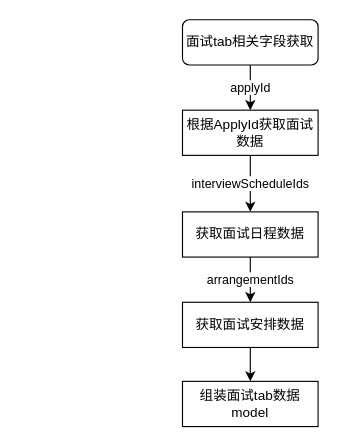
Before: 未命名绘图.drawio in mozhu33/Diagrams, a draw.io diagram. Source tidied: cells renumbered, new cells numbered last; positions are measured from the earlier drawing's top-left corner, leaving out a move shared by most shapes. Both pictures are drawn from the tidied source at 113%, with x=0, y=0 at pixel (182, 19).
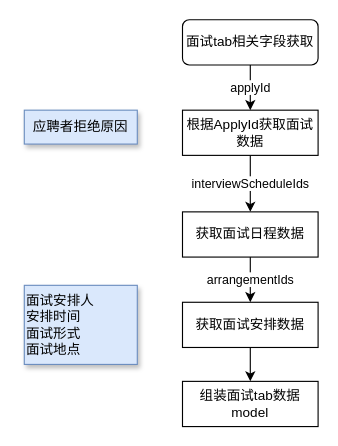
After the change.

Commit message (it also covers changes not shown here):
渡江七期-面试优化.drawio

Change to the diagram source:
```diff
@@
 <mxGraphModel background="#ffffff">
   <root>
     <mxCell id="0" />
     <mxCell id="1" parent="0" />
     <mxCell id="2" value="applyId" style="edgeStyle=orthogonalEdgeStyle;rounded=0;jettySize=auto;html=1;" parent="1" edge="1" source="3" target="5">
       <mxGeometry relative="1" as="geometry" />
     </mxCell>
     <mxCell id="3" value="面试tab相关字段获取" style="rounded=1;whiteSpace=wrap;html=1;" parent="1" vertex="1">
       <mxGeometry width="120" height="40" as="geometry" />
     </mxCell>
     <mxCell id="4" value="interviewScheduleIds" style="edgeStyle=orthogonalEdgeStyle;rounded=0;jettySize=auto;html=1;" parent="1" edge="1" source="5" target="7">
       <mxGeometry relative="1" as="geometry" />
     </mxCell>
     <mxCell id="5" value="根据ApplyId获取面试数据" style="rounded=0;whiteSpace=wrap;html=1;" parent="1" vertex="1">
       <mxGeometry y="80" width="120" height="40" as="geometry" />
     </mxCell>
     <mxCell id="6" value="arrangementIds" style="edgeStyle=orthogonalEdgeStyle;rounded=0;jettySize=auto;html=1;" parent="1" edge="1" source="7" target="9">
       <mxGeometry relative="1" as="geometry" />
     </mxCell>
     <mxCell id="7" value="获取面试日程数据" style="rounded=0;whiteSpace=wrap;html=1;" parent="1" vertex="1">
       <mxGeometry y="170" width="120" height="40" as="geometry" />
     </mxCell>
     <mxCell id="8" style="edgeStyle=orthogonalEdgeStyle;rounded=0;jettySize=auto;html=1;" parent="1" edge="1" source="9" target="10">
       <mxGeometry relative="1" as="geometry" />
     </mxCell>
     <mxCell id="9" value="获取面试安排数据" style="rounded=0;whiteSpace=wrap;html=1;" parent="1" vertex="1">
       <mxGeometry y="250" width="120" height="40" as="geometry" />
     </mxCell>
     <mxCell id="10" value="组装面试tab数据model" style="rounded=0;whiteSpace=wrap;html=1;" parent="1" vertex="1">
       <mxGeometry y="320" width="120" height="40" as="geometry" />
     </mxCell>
+    <mxCell id="11" value="应聘者拒绝原因" style="text;html=1;strokeColor=#6c8ebf;fillColor=#dae8fc;align=center;verticalAlign=middle;whiteSpace=wrap;rounded=0;shadow=1;" parent="1" vertex="1">
+      <mxGeometry x="-140" y="80" width="100" height="30" as="geometry" />
+    </mxCell>
+    <mxCell id="12" value="面试安排人&lt;br&gt;&lt;div&gt;&lt;span&gt;安排时间&lt;/span&gt;&lt;/div&gt;面试形式&lt;br&gt;面试地点" style="text;html=1;strokeColor=#6c8ebf;fillColor=#dae8fc;align=left;verticalAlign=middle;whiteSpace=wrap;rounded=0;shadow=1;" parent="1" vertex="1">
+      <mxGeometry x="-140" y="235" width="100" height="70" as="geometry" />
+    </mxCell>
   </root>
 </mxGraphModel>
```
